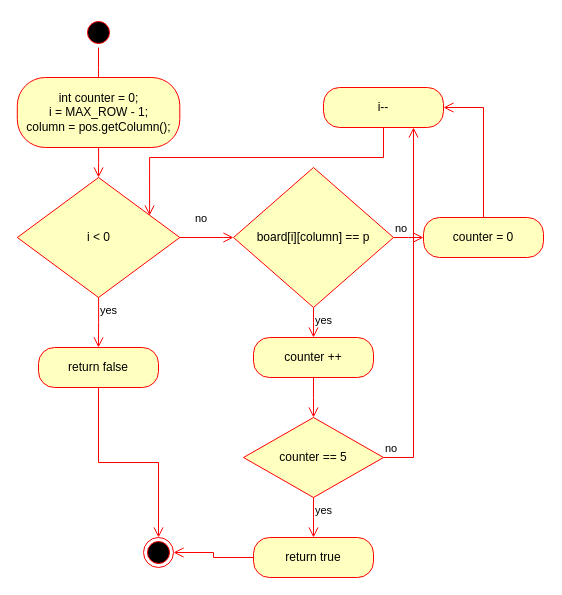
The draw.io diagram DRAW_IO/CheckVertWin_AD.drawio in c-tollison/extendedConnectX, before the edit. Source tidied: cells renumbered, new cells numbered last; positions are measured from the earlier drawing's top-left corner, leaving out a move shared by most shapes. Both pictures are drawn from the tidied source at 100%, with x=0, y=0 at pixel (17, 17).
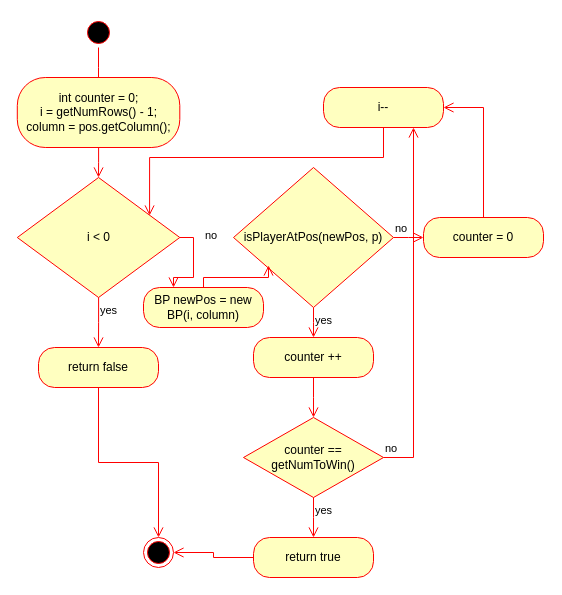
The same page after the edit.

The change refers to these unchanged cells:
```xml
<mxCell id="6" value="i &amp;lt; 0" style="rhombus;whiteSpace=wrap;html=1;fillColor=#ffffc0;strokeColor=#ff0000;" parent="1" vertex="1">
  <mxGeometry x="-0.2" y="160" width="162.5" height="120" as="geometry" />
</mxCell>
```

The edit, as a diff of the source:
```diff
@@
-    <mxCell id="4" value="int counter = 0;&lt;br&gt;i = MAX_ROW - 1;&lt;br&gt;column = pos.getColumn();" style="rounded=1;whiteSpace=wrap;html=1;arcSize=40;fontColor=#000000;fillColor=#ffffc0;strokeColor=#ff0000;" parent="1" vertex="1">
+    <mxCell id="4" value="int counter = 0;&lt;br&gt;i = getNumRows() - 1;&lt;br&gt;column = pos.getColumn();" style="rounded=1;whiteSpace=wrap;html=1;arcSize=40;fontColor=#000000;fillColor=#ffffc0;strokeColor=#ff0000;" parent="1" vertex="1">
       <mxGeometry x="-0.2" y="60" width="162.5" height="70" as="geometry" />
     </mxCell>
@@
-    <mxCell id="7" value="no" style="edgeStyle=orthogonalEdgeStyle;html=1;align=left;verticalAlign=bottom;endArrow=open;endSize=8;strokeColor=#ff0000;rounded=0;" parent="1" edge="1" source="6">
+    <mxCell id="7" value="no" style="edgeStyle=orthogonalEdgeStyle;html=1;align=left;verticalAlign=bottom;endArrow=open;endSize=8;strokeColor=#ff0000;rounded=0;entryX=0.25;entryY=0;entryDx=0;entryDy=0;" parent="1" edge="1" source="6" target="26">
       <mxGeometry x="-0.49" y="10" relative="1" as="geometry">
-        <mxPoint x="216" y="220" as="targetPoint" />
         <Array as="points">
-          <mxPoint x="206" y="220" />
+          <mxPoint x="176" y="220" />
+          <mxPoint x="176" y="260" />
+          <mxPoint x="156" y="260" />
         </Array>
       </mxGeometry>
     </mxCell>
@@
-    <mxCell id="9" value="board[i][column] == p" style="rhombus;whiteSpace=wrap;html=1;fillColor=#ffffc0;strokeColor=#ff0000;" parent="1" vertex="1">
+    <mxCell id="9" value="isPlayerAtPos(newPos, p)" style="rhombus;whiteSpace=wrap;html=1;fillColor=#ffffc0;strokeColor=#ff0000;" parent="1" vertex="1">
       <mxGeometry x="216" y="150" width="160" height="140" as="geometry" />
     </mxCell>
@@
-    <mxCell id="18" value="counter == 5" style="rhombus;whiteSpace=wrap;html=1;fillColor=#ffffc0;strokeColor=#ff0000;" parent="1" vertex="1">
+    <mxCell id="18" value="counter == getNumToWin()" style="rhombus;whiteSpace=wrap;html=1;fillColor=#ffffc0;strokeColor=#ff0000;" parent="1" vertex="1">
       <mxGeometry x="226" y="400" width="140" height="80" as="geometry" />
     </mxCell>
@@
+    <mxCell id="26" value="BP newPos = new BP(i, column)" style="rounded=1;whiteSpace=wrap;html=1;arcSize=40;fontColor=#000000;fillColor=#ffffc0;strokeColor=#ff0000;" parent="1" vertex="1">
+      <mxGeometry x="126" y="270" width="120" height="40" as="geometry" />
+    </mxCell>
+    <mxCell id="27" style="edgeStyle=orthogonalEdgeStyle;html=1;verticalAlign=bottom;endArrow=open;endSize=8;strokeColor=#ff0000;rounded=0;entryX=0.219;entryY=0.7;entryDx=0;entryDy=0;entryPerimeter=0;" parent="1" edge="1" source="26" target="9">
+      <mxGeometry relative="1" as="geometry" />
+    </mxCell>
```
